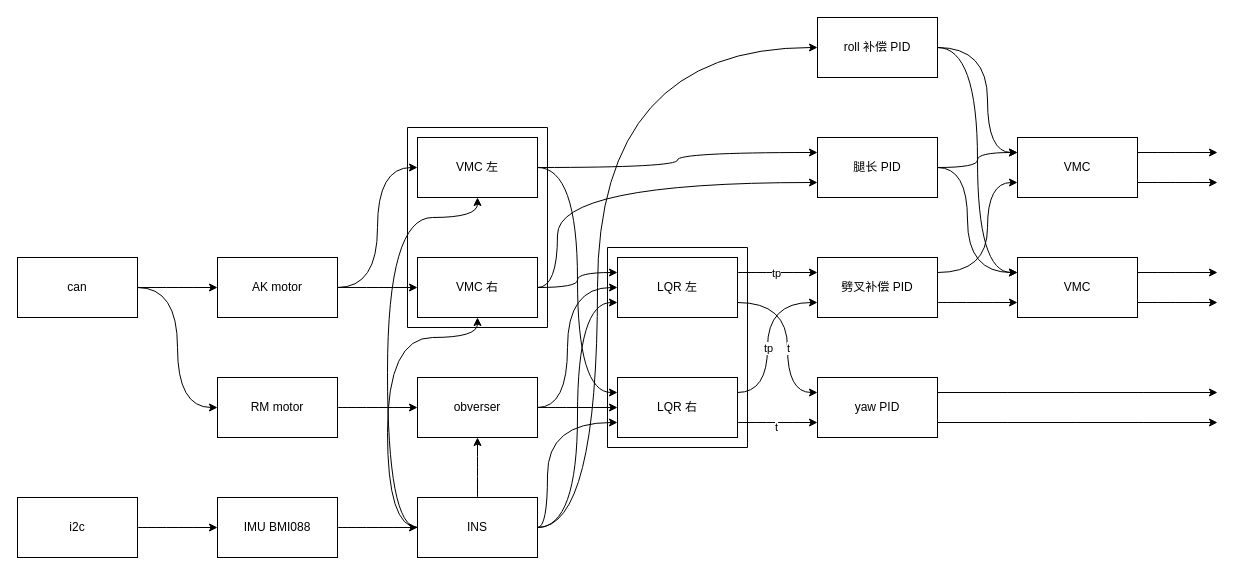
Before: page "第 3 页" (3 of 3) of wheel-legged.drawio in Serialist/wheel_legged, a draw.io diagram. Source tidied: cells renumbered, new cells numbered last; positions are measured from the earlier drawing's top-left corner, leaving out a move shared by most shapes. Both pictures are drawn from the tidied source at 100%, with x=0, y=0 at pixel (17, 17).
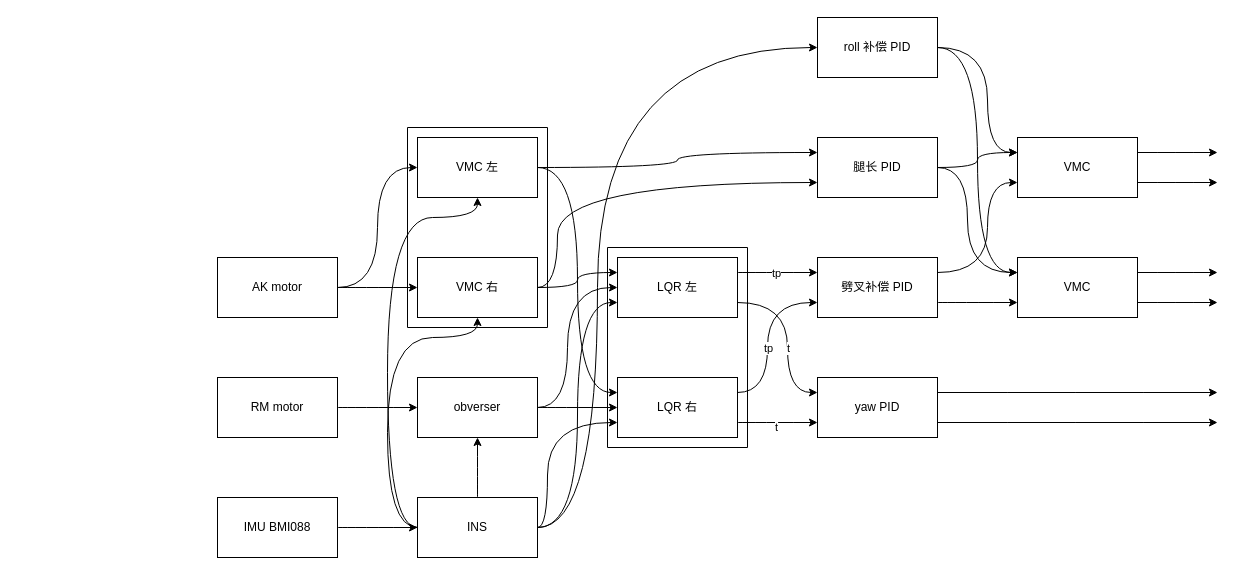
The same page after the edit.

The change refers to these unchanged cells:
```xml
<mxCell id="47" value="AK motor" style="rounded=0;whiteSpace=wrap;html=1;" parent="1" vertex="1">
  <mxGeometry x="200" y="240" width="120" height="60" as="geometry" />
</mxCell>
<mxCell id="49" value="RM motor" style="rounded=0;whiteSpace=wrap;html=1;" parent="1" vertex="1">
  <mxGeometry x="200" y="360" width="120" height="60" as="geometry" />
</mxCell>
<mxCell id="53" value="IMU BMI088" style="rounded=0;whiteSpace=wrap;html=1;" parent="1" vertex="1">
  <mxGeometry x="200" y="480" width="120" height="60" as="geometry" />
</mxCell>
```

The edit, as a diff of the source:
```diff
@@
-    <mxCell id="42" style="edgeStyle=orthogonalEdgeStyle;curved=1;rounded=0;jettySize=auto;html=1;elbow=vertical;" parent="1" edge="1" source="44" target="47">
-      <mxGeometry relative="1" as="geometry" />
-    </mxCell>
-    <mxCell id="43" style="edgeStyle=orthogonalEdgeStyle;curved=1;rounded=0;jettySize=auto;html=1;entryX=0;entryY=0.5;entryDx=0;entryDy=0;elbow=vertical;" parent="1" edge="1" source="44" target="49">
-      <mxGeometry relative="1" as="geometry" />
-    </mxCell>
-    <mxCell id="44" value="can" style="rounded=0;whiteSpace=wrap;html=1;" parent="1" vertex="1">
-      <mxGeometry y="240" width="120" height="60" as="geometry" />
-    </mxCell>
@@
-    <mxCell id="50" style="edgeStyle=orthogonalEdgeStyle;curved=1;rounded=0;jettySize=auto;html=1;elbow=vertical;" parent="1" edge="1" source="51" target="53">
-      <mxGeometry relative="1" as="geometry" />
-    </mxCell>
-    <mxCell id="51" value="i2c" style="rounded=0;whiteSpace=wrap;html=1;" parent="1" vertex="1">
-      <mxGeometry y="480" width="120" height="60" as="geometry" />
-    </mxCell>
```
